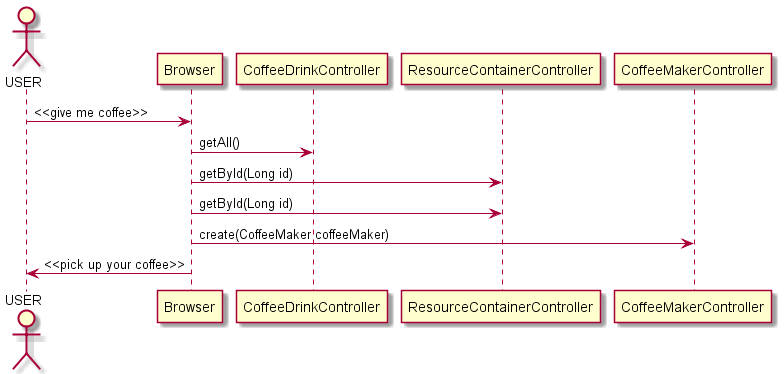
The PlantUML diagram diagram.png in PrihEkat/demo, before a commit.
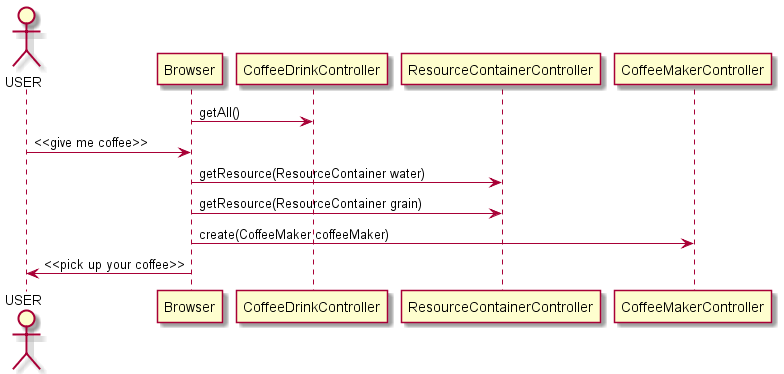
After the commit.

What changed in the source:
```diff
@@ -1,10 +1,10 @@
 @startuml
 actor USER
 
+Browser -> CoffeeDrinkController: getAll()
 USER -> Browser: <<give me coffee>>
-Browser -> CoffeeDrinkController: getAll()
-Browser -> ResourceContainerController: getById(Long id)
-Browser -> ResourceContainerController: getById(Long id)
+Browser -> ResourceContainerController: getResource(ResourceContainer water)
+Browser -> ResourceContainerController: getResource(ResourceContainer grain)
 Browser -> CoffeeMakerController: create(CoffeeMaker coffeeMaker)
 Browser -> USER: <<pick up your coffee>>
 
```
